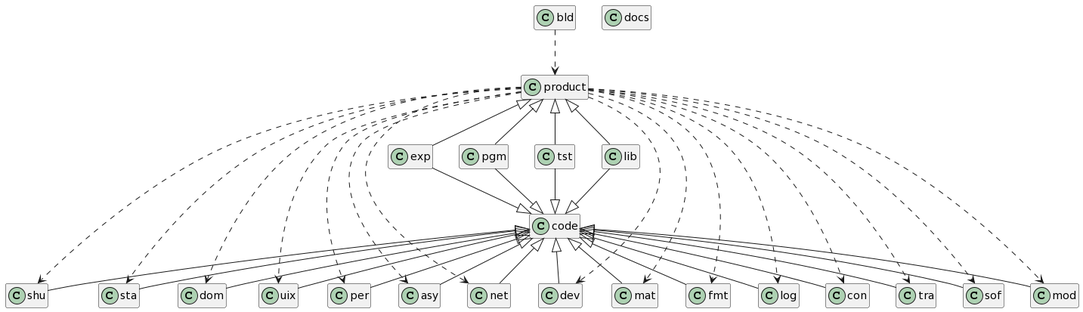
Above: docs/aux/macro_structure.png in rodrigocanellas/tenacitas (PlantUML), before the change.
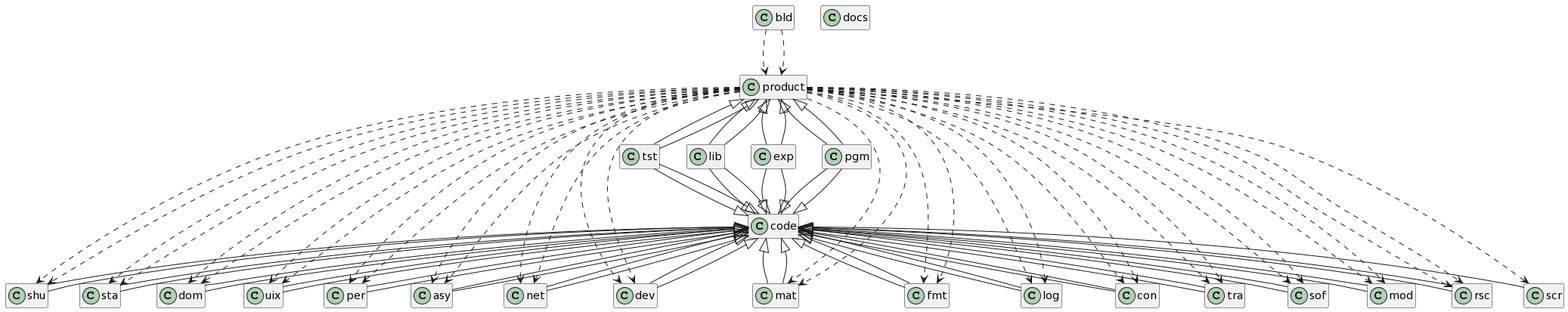
Above is the later version.

The edit, as a diff of the source:
```diff
@@ -24,6 +24,7 @@
 code <|-- tra
 code <|-- sof
 code <|-- mod
+code <|-- rsc
 
 product ..> shu
 product ..> sta
@@ -40,6 +41,62 @@
 product ..> tra
 product ..> sof
 product ..> mod
+product ..> rsc
+
+
+hide empty members
+product <|-- tst
+product <|-- pgm
+product <|-- exp
+product <|-- lib
+code <|-up- tst
+code <|-up- pgm
+code <|-up- exp
+code <|-up- lib
+
+code <|-- shu
+code <|-- sta
+code <|-- dom
+code <|-- uix
+code <|-- per
+code <|-- asy
+code <|-- net
+code <|-- dev
+code <|-- mat
+code <|-- fmt
+code <|-- log
+code <|-- con
+code <|-- tra
+code <|-- sof
+code <|-- mod
+code <|-- rsc
+code <|-- scr
+
+product ..> shu
+product ..> sta
+product ..> dom
+product ..> uix
+product ..> per
+product ..> asy
+product ..> net
+product ..> dev
+product ..> mat
+product ..> fmt
+product ..> log
+product ..> con
+product ..> tra
+product ..> sof
+product ..> mod
+product ..> rsc
+product ..> scr
+
+bld ..> product
+
+class docs
+
+
+
+
 
 bld ..> product
 
```
